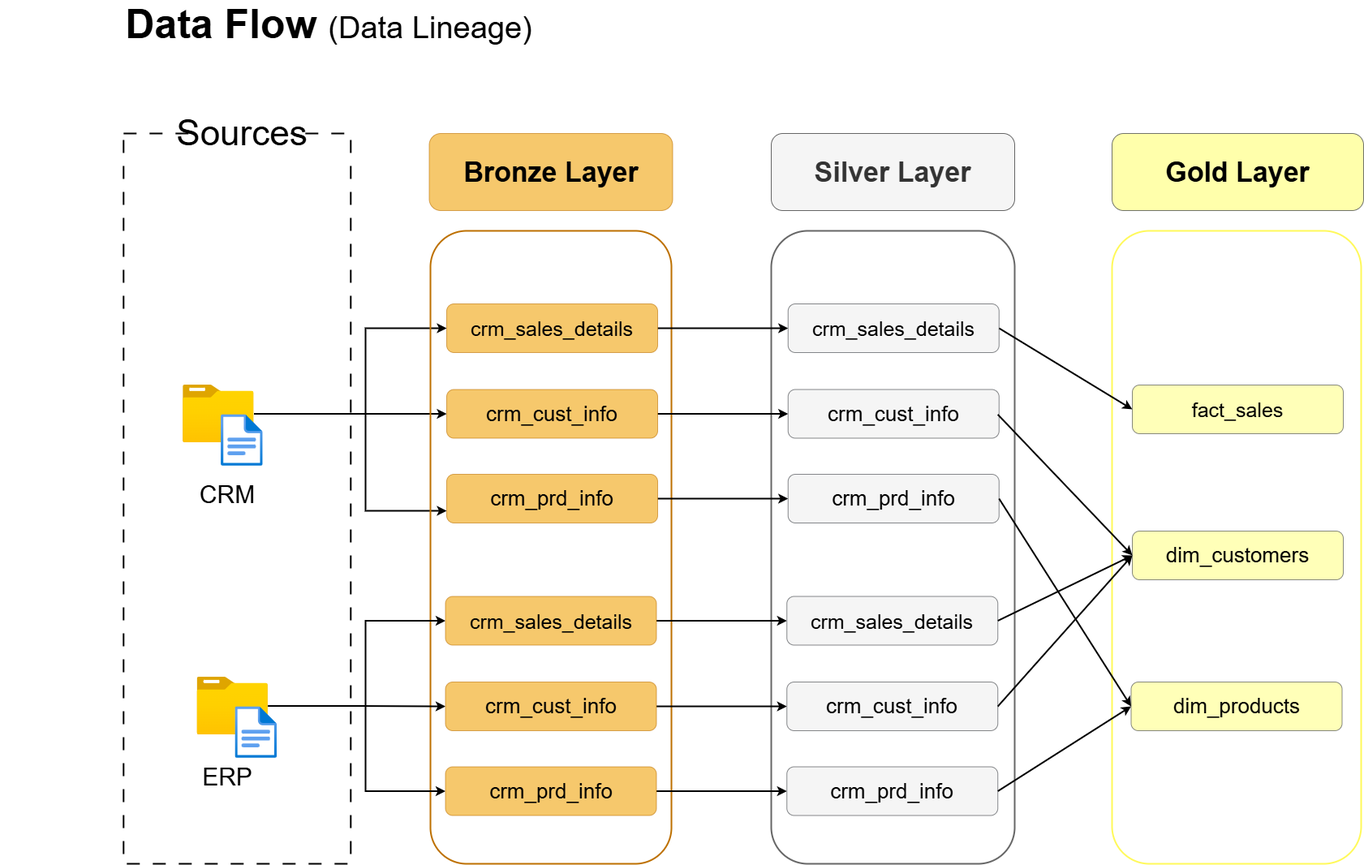
Earlier version of the draw.io export docs/Data Flow Diagram.png (antho-aina/sql-data-warehouse-project). Source tidied: cells renumbered, new cells last; positions are measured from the earlier drawing's top-left corner, leaving out a move shared by most shapes.
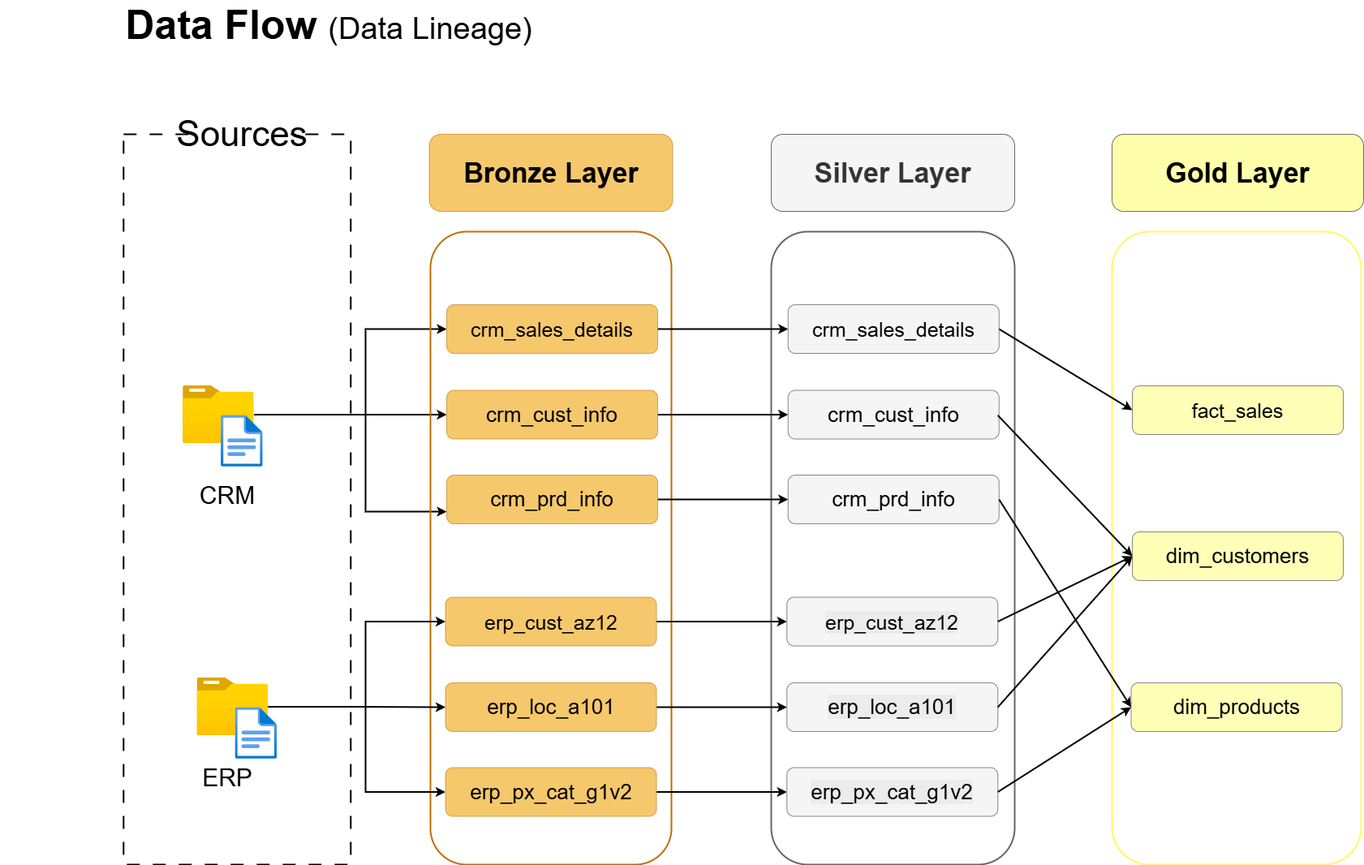
After the change.

Change to the diagram source:
```diff
@@ -106,19 +106,19 @@
     <mxCell id="29" style="edgeStyle=orthogonalEdgeStyle;rounded=0;jettySize=auto;html=1;entryX=0;entryY=0.5;entryDx=0;entryDy=0;strokeWidth=2;" parent="1" edge="1" source="30" target="39">
       <mxGeometry relative="1" as="geometry" />
     </mxCell>
-    <mxCell id="30" value="crm_sales_details" style="rounded=1;whiteSpace=wrap;html=1;fillColor=#f0a30a;fontColor=#000000;strokeColor=#BD7000;fontSize=25;opacity=60;fontStyle=0;" parent="1" vertex="1">
+    <mxCell id="30" value="erp_cust_az12" style="rounded=1;whiteSpace=wrap;html=1;fillColor=#f0a30a;fontColor=#000000;strokeColor=#BD7000;fontSize=25;opacity=60;fontStyle=0;" parent="1" vertex="1">
       <mxGeometry x="548.5" y="730.5" width="260" height="60" as="geometry" />
     </mxCell>
     <mxCell id="31" style="edgeStyle=orthogonalEdgeStyle;rounded=0;jettySize=auto;html=1;strokeWidth=2;" parent="1" edge="1" source="32" target="40">
       <mxGeometry relative="1" as="geometry" />
     </mxCell>
-    <mxCell id="32" value="crm_cust_info" style="rounded=1;whiteSpace=wrap;html=1;fillColor=#f0a30a;fontColor=#000000;strokeColor=#BD7000;fontSize=26;opacity=60;fontStyle=0;" parent="1" vertex="1">
+    <mxCell id="32" value="erp_loc_a101" style="rounded=1;whiteSpace=wrap;html=1;fillColor=#f0a30a;fontColor=#000000;strokeColor=#BD7000;fontSize=26;opacity=60;fontStyle=0;" parent="1" vertex="1">
       <mxGeometry x="548.5" y="836" width="260" height="60" as="geometry" />
     </mxCell>
     <mxCell id="33" style="edgeStyle=orthogonalEdgeStyle;rounded=0;jettySize=auto;html=1;entryX=0;entryY=0.5;entryDx=0;entryDy=0;strokeWidth=2;" parent="1" edge="1" source="34" target="41">
       <mxGeometry relative="1" as="geometry" />
     </mxCell>
-    <mxCell id="34" value="crm_prd_info" style="rounded=1;whiteSpace=wrap;html=1;fillColor=#f0a30a;fontColor=#000000;strokeColor=#BD7000;fontSize=26;opacity=60;fontStyle=0;" parent="1" vertex="1">
+    <mxCell id="34" value="erp_px_cat_g1v2" style="rounded=1;whiteSpace=wrap;html=1;fillColor=#f0a30a;fontColor=#000000;strokeColor=#BD7000;fontSize=26;opacity=60;fontStyle=0;" parent="1" vertex="1">
       <mxGeometry x="548.5" y="940.5" width="260" height="60" as="geometry" />
     </mxCell>
     <mxCell id="35" style="rounded=0;jettySize=auto;html=1;exitX=1;exitY=0.5;exitDx=0;exitDy=0;entryX=0;entryY=0.5;entryDx=0;entryDy=0;strokeWidth=2;" parent="1" edge="1" source="36" target="42">
@@ -133,13 +133,13 @@
     <mxCell id="38" value="crm_prd_info" style="rounded=1;whiteSpace=wrap;html=1;fillColor=#eeeeee;strokeColor=#36393d;fontSize=26;opacity=60;fontStyle=0;" parent="1" vertex="1">
       <mxGeometry x="970.8" y="580" width="260" height="60" as="geometry" />
     </mxCell>
-    <mxCell id="39" value="crm_sales_details" style="rounded=1;whiteSpace=wrap;html=1;fillColor=#eeeeee;strokeColor=#36393d;fontSize=25;opacity=60;fontStyle=0;" parent="1" vertex="1">
+    <mxCell id="39" value="&lt;span style=&quot;color: rgb(0, 0, 0); font-family: Helvetica; font-size: 25px; font-style: normal; font-variant-ligatures: normal; font-variant-caps: normal; font-weight: 400; letter-spacing: normal; orphans: 2; text-align: center; text-indent: 0px; text-transform: none; widows: 2; word-spacing: 0px; -webkit-text-stroke-width: 0px; white-space: normal; background-color: rgb(236, 236, 236); text-decoration-thickness: initial; text-decoration-style: initial; text-decoration-color: initial; display: inline !important; float: none;&quot;&gt;erp_cust_az12&lt;/span&gt;" style="rounded=1;whiteSpace=wrap;html=1;fillColor=#eeeeee;strokeColor=#36393d;fontSize=25;opacity=60;fontStyle=0;" parent="1" vertex="1">
       <mxGeometry x="969.2" y="730.5" width="260" height="60" as="geometry" />
     </mxCell>
-    <mxCell id="40" value="crm_cust_info" style="rounded=1;whiteSpace=wrap;html=1;fillColor=#eeeeee;strokeColor=#36393d;fontSize=26;opacity=60;fontStyle=0;" parent="1" vertex="1">
+    <mxCell id="40" value="&lt;span style=&quot;color: rgb(0, 0, 0); font-family: Helvetica; font-size: 26px; font-style: normal; font-variant-ligatures: normal; font-variant-caps: normal; font-weight: 400; letter-spacing: normal; orphans: 2; text-align: center; text-indent: 0px; text-transform: none; widows: 2; word-spacing: 0px; -webkit-text-stroke-width: 0px; white-space: normal; background-color: rgb(236, 236, 236); text-decoration-thickness: initial; text-decoration-style: initial; text-decoration-color: initial; display: inline !important; float: none;&quot;&gt;erp_loc_a101&lt;/span&gt;" style="rounded=1;whiteSpace=wrap;html=1;fillColor=#eeeeee;strokeColor=#36393d;fontSize=26;opacity=60;fontStyle=0;" parent="1" vertex="1">
       <mxGeometry x="969.2" y="836" width="260" height="60" as="geometry" />
     </mxCell>
-    <mxCell id="41" value="crm_prd_info" style="rounded=1;whiteSpace=wrap;html=1;fillColor=#eeeeee;strokeColor=#36393d;fontSize=26;opacity=60;fontStyle=0;" parent="1" vertex="1">
+    <mxCell id="41" value="&lt;span style=&quot;color: rgb(0, 0, 0); font-family: Helvetica; font-size: 26px; font-style: normal; font-variant-ligatures: normal; font-variant-caps: normal; font-weight: 400; letter-spacing: normal; orphans: 2; text-align: center; text-indent: 0px; text-transform: none; widows: 2; word-spacing: 0px; -webkit-text-stroke-width: 0px; white-space: normal; background-color: rgb(236, 236, 236); text-decoration-thickness: initial; text-decoration-style: initial; text-decoration-color: initial; display: inline !important; float: none;&quot;&gt;erp_px_cat_g1v2&lt;/span&gt;" style="rounded=1;whiteSpace=wrap;html=1;fillColor=#eeeeee;strokeColor=#36393d;fontSize=26;opacity=60;fontStyle=0;" parent="1" vertex="1">
       <mxGeometry x="969.2" y="940.5" width="260" height="60" as="geometry" />
     </mxCell>
     <mxCell id="42" value="fact_sales" style="rounded=1;whiteSpace=wrap;html=1;fillColor=#ffff88;strokeColor=#36393d;fontSize=25;opacity=60;fontStyle=0;" parent="1" vertex="1">
```
